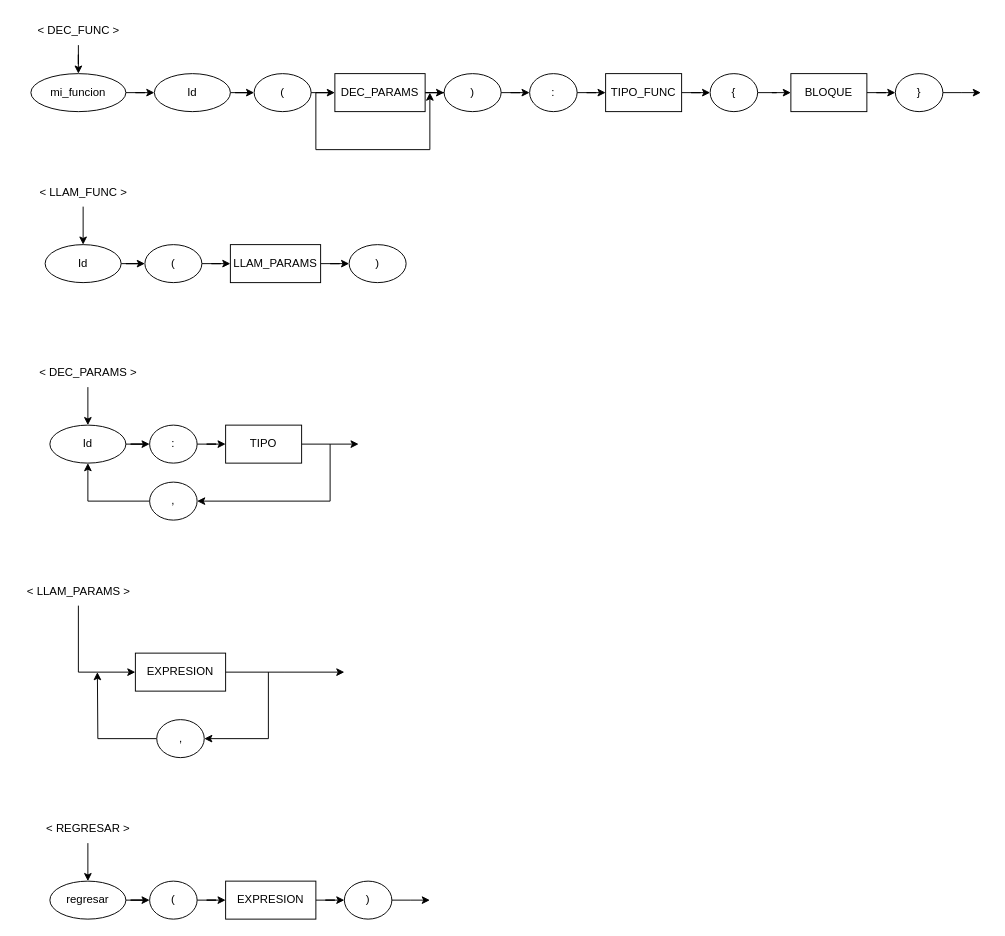
Above: page "FUNC" (4 of 6) of Docs/0. Diagramas.drawio in alexvasqxz/JuniorScript (draw.io), before the change. Source tidied: cells renumbered, new cells numbered last; positions are measured from the earlier drawing's top-left corner, leaving out a move shared by most shapes. Both pictures are drawn from the tidied source at 95%, with x=0, y=0 at pixel (16, 16).
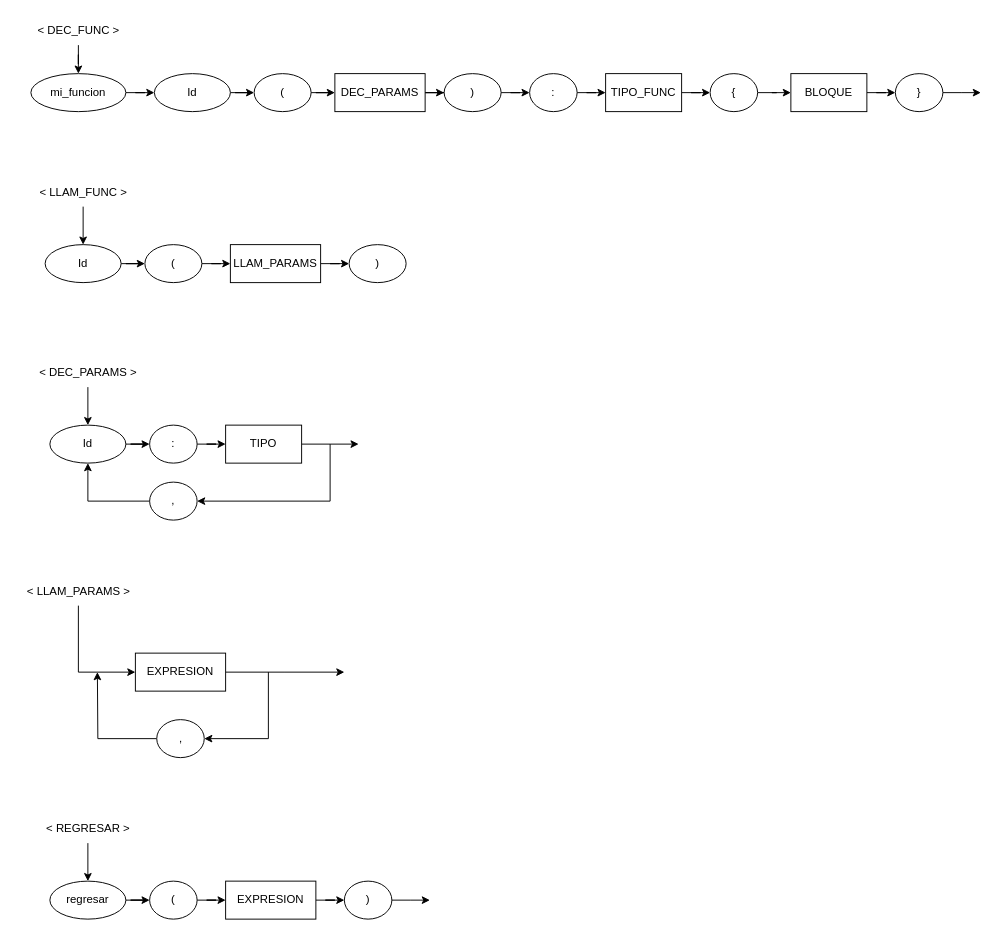
Above is the later version.

Diff of the diagram source:
```diff
@@
-    <mxCell id="61" style="endArrow=classic;html=1;rounded=0;" parent="1" edge="1">
-      <mxGeometry relative="1" as="geometry">
-        <mxPoint x="315" y="80" as="sourcePoint" />
-        <mxPoint x="435" y="80" as="targetPoint" />
-        <Array as="points">
-          <mxPoint x="315" y="140" />
-          <mxPoint x="435" y="140" />
-        </Array>
-      </mxGeometry>
-    </mxCell>
```
